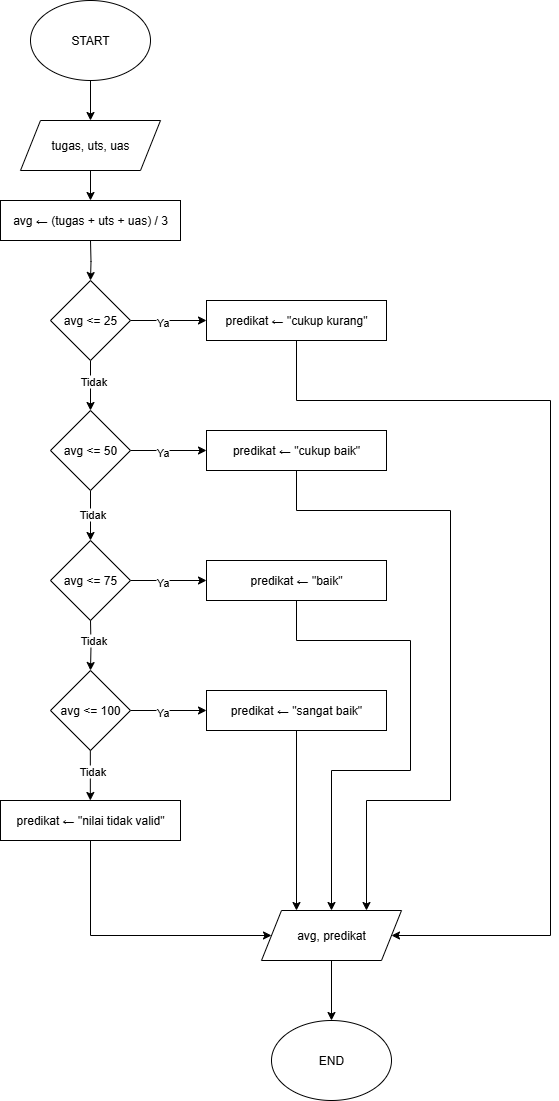
The draw.io diagram tugas/-/penilaian-tugas-uts-uas/flowchart.drawio.png in aldenasf/tugas-rpl-stmj, before a commit. Source tidied: cells renumbered, new cells last; positions are measured from the earlier drawing's top-left corner, leaving out a move shared by most shapes.
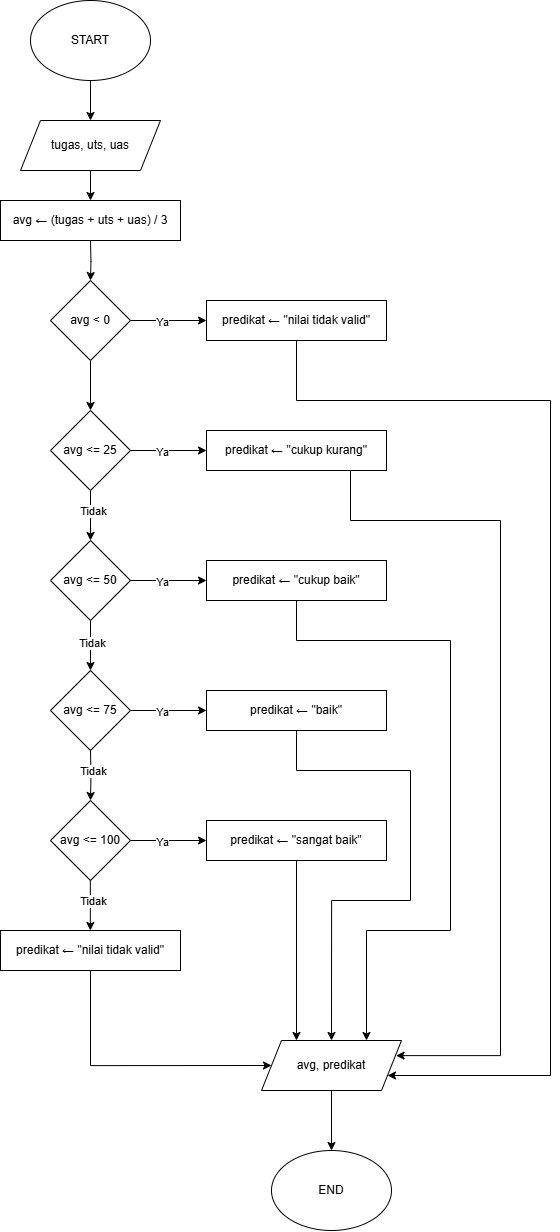
After the commit.

Commit message:
modify penilaian-tugas-uts-uas

Change to the diagram source:
```diff
@@ -6,19 +6,19 @@
       <mxGeometry relative="1" as="geometry" />
     </mxCell>
     <mxCell id="3" value="START" style="ellipse;whiteSpace=wrap;html=1;" parent="1" vertex="1">
-      <mxGeometry x="30" width="120" height="80" as="geometry" />
+      <mxGeometry x="30" y="-130" width="120" height="80" as="geometry" />
     </mxCell>
     <mxCell id="4" style="edgeStyle=orthogonalEdgeStyle;rounded=0;jettySize=auto;html=1;exitX=0.5;exitY=1;exitDx=0;exitDy=0;entryX=0.5;entryY=0;entryDx=0;entryDy=0;" parent="1" edge="1" source="5">
       <mxGeometry relative="1" as="geometry">
-        <mxPoint x="90" y="200" as="targetPoint" />
+        <mxPoint x="90" y="70" as="targetPoint" />
       </mxGeometry>
     </mxCell>
     <mxCell id="5" value="tugas, uts, uas" style="shape=parallelogram;perimeter=parallelogramPerimeter;whiteSpace=wrap;html=1;fixedSize=1;" parent="1" vertex="1">
-      <mxGeometry x="20" y="120" width="140" height="50" as="geometry" />
+      <mxGeometry x="20" y="-10" width="140" height="50" as="geometry" />
     </mxCell>
     <mxCell id="6" style="edgeStyle=orthogonalEdgeStyle;rounded=0;jettySize=auto;html=1;exitX=0.5;exitY=1;exitDx=0;exitDy=0;entryX=0.5;entryY=0;entryDx=0;entryDy=0;" parent="1" edge="1" target="11">
       <mxGeometry relative="1" as="geometry">
-        <mxPoint x="90" y="240" as="sourcePoint" />
+        <mxPoint x="90" y="110" as="sourcePoint" />
       </mxGeometry>
     </mxCell>
     <mxCell id="7" style="edgeStyle=orthogonalEdgeStyle;rounded=0;jettySize=auto;html=1;exitX=1;exitY=0.5;exitDx=0;exitDy=0;" parent="1" edge="1" source="11" target="13">
@@ -27,26 +27,34 @@
     <mxCell id="8" value="Ya" style="edgeLabel;html=1;align=center;verticalAlign=middle;" parent="7" vertex="1">
       <mxGeometry x="-0.17" y="-1" relative="1" as="geometry" />
     </mxCell>
-    <mxCell id="9" style="edgeStyle=orthogonalEdgeStyle;rounded=0;jettySize=auto;html=1;exitX=0.5;exitY=1;exitDx=0;exitDy=0;entryX=0.5;entryY=0;entryDx=0;entryDy=0;" parent="1" edge="1" source="11" target="18">
-      <mxGeometry relative="1" as="geometry" />
-    </mxCell>
-    <mxCell id="10" value="Tidak" style="edgeLabel;html=1;align=center;verticalAlign=middle;" parent="9" vertex="1">
-      <mxGeometry x="-0.21" y="2" relative="1" as="geometry" />
-    </mxCell>
+    <mxCell id="41" style="edgeStyle=none;html=1;exitX=0.5;exitY=1;exitDx=0;exitDy=0;entryX=0.5;entryY=0;entryDx=0;entryDy=0;" parent="1" edge="1" source="11" target="46">
+      <mxGeometry relative="1" as="geometry" />
+    </mxCell>
-    <mxCell id="11" value="avg &amp;lt;= 25" style="rhombus;whiteSpace=wrap;html=1;" parent="1" vertex="1">
-      <mxGeometry x="50" y="280" width="80" height="80" as="geometry" />
+    <mxCell id="11" value="avg &amp;lt; 0" style="rhombus;whiteSpace=wrap;html=1;" parent="1" vertex="1">
+      <mxGeometry x="50" y="150" width="80" height="80" as="geometry" />
     </mxCell>
-    <mxCell id="12" style="edgeStyle=orthogonalEdgeStyle;rounded=0;jettySize=auto;html=1;exitX=0.5;exitY=1;exitDx=0;exitDy=0;entryX=1;entryY=0.5;entryDx=0;entryDy=0;" parent="1" edge="1" source="13" target="38">
+    <mxCell id="12" style="edgeStyle=orthogonalEdgeStyle;rounded=0;jettySize=auto;html=1;exitX=0.5;exitY=1;exitDx=0;exitDy=0;entryX=1;entryY=0.25;entryDx=0;entryDy=0;" parent="1" edge="1" target="38">
       <mxGeometry relative="1" as="geometry">
+        <mxPoint x="350" y="330" as="sourcePoint" />
         <Array as="points">
-          <mxPoint x="296" y="400" />
-          <mxPoint x="550" y="400" />
-          <mxPoint x="550" y="935" />
+          <mxPoint x="350" y="390" />
+          <mxPoint x="500" y="390" />
+          <mxPoint x="500" y="925" />
+          <mxPoint x="396" y="925" />
         </Array>
       </mxGeometry>
     </mxCell>
+    <mxCell id="42" style="edgeStyle=none;html=1;exitX=0.5;exitY=1;exitDx=0;exitDy=0;entryX=1;entryY=0.75;entryDx=0;entryDy=0;rounded=0;curved=0;" parent="1" edge="1" source="13" target="38">
+      <mxGeometry relative="1" as="geometry">
+        <Array as="points">
+          <mxPoint x="296" y="270" />
+          <mxPoint x="550" y="270" />
+          <mxPoint x="550" y="945" />
+        </Array>
+      </mxGeometry>
+    </mxCell>
-    <mxCell id="13" value="predikat ←&amp;nbsp;&quot;cukup kurang&quot;" style="rounded=0;whiteSpace=wrap;html=1;" parent="1" vertex="1">
-      <mxGeometry x="206" y="300" width="180" height="40" as="geometry" />
+    <mxCell id="13" value="predikat ←&amp;nbsp;&quot;nilai tidak valid&quot;" style="rounded=0;whiteSpace=wrap;html=1;" parent="1" vertex="1">
+      <mxGeometry x="206" y="170" width="180" height="40" as="geometry" />
     </mxCell>
     <mxCell id="14" style="edgeStyle=orthogonalEdgeStyle;rounded=0;jettySize=auto;html=1;exitX=1;exitY=0.5;exitDx=0;exitDy=0;" parent="1" edge="1" source="18" target="20">
       <mxGeometry relative="1" as="geometry" />
@@ -150,7 +158,27 @@
       <mxGeometry x="271" y="1020" width="120" height="80" as="geometry" />
     </mxCell>
     <mxCell id="40" value="avg ←&amp;nbsp;(tugas + uts + uas) / 3" style="rounded=0;whiteSpace=wrap;html=1;" parent="1" vertex="1">
-      <mxGeometry y="200" width="180" height="40" as="geometry" />
+      <mxGeometry y="70" width="180" height="40" as="geometry" />
     </mxCell>
+    <mxCell id="43" style="edgeStyle=orthogonalEdgeStyle;rounded=0;jettySize=auto;html=1;exitX=1;exitY=0.5;exitDx=0;exitDy=0;" parent="1" edge="1" source="46" target="47">
+      <mxGeometry relative="1" as="geometry" />
+    </mxCell>
+    <mxCell id="44" value="Ya" style="edgeLabel;html=1;align=center;verticalAlign=middle;" parent="43" vertex="1">
+      <mxGeometry x="-0.17" y="-1" relative="1" as="geometry" />
+    </mxCell>
+    <mxCell id="45" style="edgeStyle=orthogonalEdgeStyle;rounded=0;jettySize=auto;html=1;exitX=0.5;exitY=1;exitDx=0;exitDy=0;entryX=0.5;entryY=0;entryDx=0;entryDy=0;" parent="1" edge="1" source="46">
+      <mxGeometry relative="1" as="geometry">
+        <mxPoint x="90" y="410" as="targetPoint" />
+      </mxGeometry>
+    </mxCell>
+    <mxCell id="10" value="Tidak" style="edgeLabel;html=1;align=center;verticalAlign=middle;" parent="45" vertex="1">
+      <mxGeometry x="-0.21" y="2" relative="1" as="geometry" />
+    </mxCell>
+    <mxCell id="46" value="avg &amp;lt;= 25" style="rhombus;whiteSpace=wrap;html=1;" parent="1" vertex="1">
+      <mxGeometry x="50" y="280" width="80" height="80" as="geometry" />
+    </mxCell>
+    <mxCell id="47" value="predikat ←&amp;nbsp;&quot;cukup kurang&quot;" style="rounded=0;whiteSpace=wrap;html=1;" parent="1" vertex="1">
+      <mxGeometry x="206" y="300" width="180" height="40" as="geometry" />
+    </mxCell>
   </root>
 </mxGraphModel>
```
